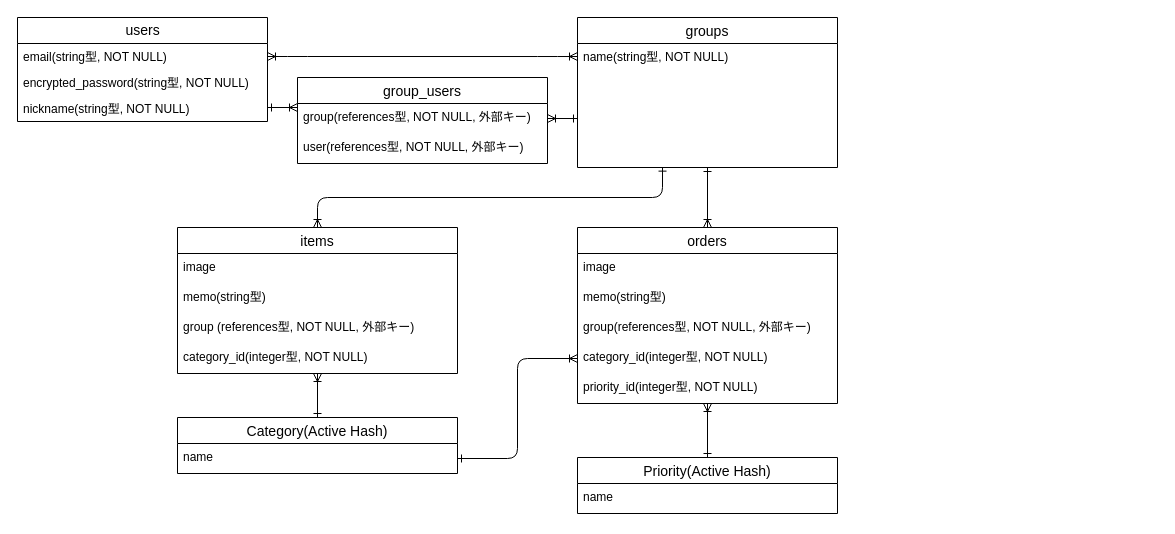
This is kauzoh.drawio from komafuji820/kauzoh, a draw.io file, before an edit. Source tidied: cells renumbered, new cells numbered last; positions are measured from the earlier drawing's top-left corner, leaving out a move shared by most shapes. Both pictures are drawn from the tidied source at 100%, with x=0, y=0 at pixel (17, 17).
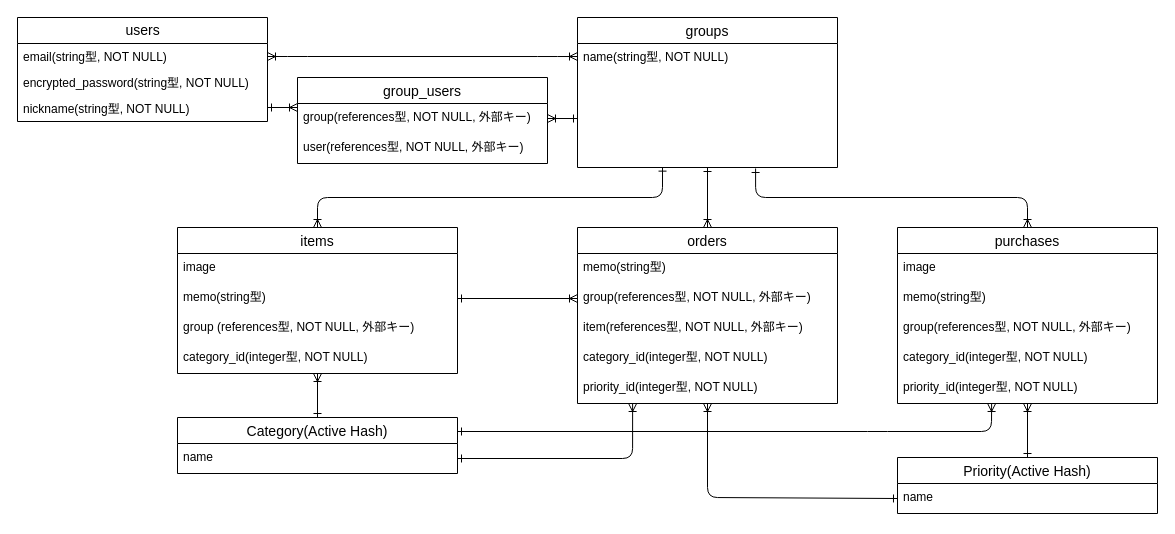
The same page after the edit.

Unchanged cells that the change refers to:
```xml
<mxCell id="10" value="name(string型, NOT NULL)" style="text;strokeColor=none;fillColor=none;spacingLeft=4;spacingRight=4;overflow=hidden;points=[[0,0.5],[1,0.5]];portConstraint=eastwest;fontSize=12;" parent="9" vertex="1">
  <mxGeometry y="26" width="260" height="124" as="geometry" />
</mxCell>
<mxCell id="13" value="orders" style="swimlane;fontStyle=0;horizontal=1;startSize=26;align=center;fontSize=14;" parent="1" vertex="1">
  <mxGeometry x="560" y="210" width="260" height="176" as="geometry" />
</mxCell>
<mxCell id="17" value="category_id(integer型, NOT NULL)" style="text;strokeColor=none;fillColor=none;spacingLeft=4;spacingRight=4;overflow=hidden;points=[[0,0.5],[1,0.5]];portConstraint=eastwest;fontSize=12;" parent="13" vertex="1">
  <mxGeometry y="116" width="260" height="30" as="geometry" />
</mxCell>
<mxCell id="18" value="priority_id(integer型, NOT NULL)&#10;" style="text;strokeColor=none;fillColor=none;spacingLeft=4;spacingRight=4;overflow=hidden;points=[[0,0.5],[1,0.5]];portConstraint=eastwest;fontSize=12;" parent="13" vertex="1">
  <mxGeometry y="146" width="260" height="30" as="geometry" />
</mxCell>
<mxCell id="24" value="memo(string型)" style="text;strokeColor=none;fillColor=none;spacingLeft=4;spacingRight=4;overflow=hidden;points=[[0,0.5],[1,0.5]];portConstraint=eastwest;fontSize=12;" parent="22" vertex="1">
  <mxGeometry y="56" width="280" height="30" as="geometry" />
</mxCell>
<mxCell id="28" value="Category(Active Hash)" style="swimlane;fontStyle=0;horizontal=1;startSize=26;align=center;fontSize=14;" parent="1" vertex="1">
  <mxGeometry x="160" y="400" width="280" height="56" as="geometry" />
</mxCell>
<mxCell id="29" value="name" style="text;strokeColor=none;fillColor=none;spacingLeft=4;spacingRight=4;overflow=hidden;points=[[0,0.5],[1,0.5]];portConstraint=eastwest;fontSize=12;" parent="28" vertex="1">
  <mxGeometry y="26" width="280" height="30" as="geometry" />
</mxCell>
```

What changed in the source:
```diff
@@
-    <mxCell id="14" value="image" style="text;strokeColor=none;fillColor=none;spacingLeft=4;spacingRight=4;overflow=hidden;fontSize=12;" parent="13" vertex="1">
-      <mxGeometry y="26" width="260" height="30" as="geometry" />
-    </mxCell>
     <mxCell id="15" value="memo(string型)" style="text;strokeColor=none;fillColor=none;spacingLeft=4;spacingRight=4;overflow=hidden;fontSize=12;" parent="13" vertex="1">
-      <mxGeometry y="56" width="260" height="30" as="geometry" />
+      <mxGeometry y="26" width="260" height="30" as="geometry" />
     </mxCell>
     <mxCell id="16" value="group(references型, NOT NULL, 外部キー)" style="text;strokeColor=none;fillColor=none;spacingLeft=4;spacingRight=4;overflow=hidden;points=[[0,0.5],[1,0.5]];portConstraint=eastwest;fontSize=12;" parent="13" vertex="1">
-      <mxGeometry y="86" width="260" height="30" as="geometry" />
+      <mxGeometry y="56" width="260" height="30" as="geometry" />
     </mxCell>
+    <mxCell id="34" value="item(references型, NOT NULL, 外部キー)" style="text;strokeColor=none;fillColor=none;spacingLeft=4;spacingRight=4;overflow=hidden;fontSize=12;" parent="13" vertex="1">
+      <mxGeometry y="86" width="260" height="30" as="geometry" />
+    </mxCell>
@@
-    <mxCell id="19" style="edgeStyle=none;html=1;fontSize=14;startArrow=ERone;startFill=0;endArrow=ERoneToMany;endFill=0;" parent="1" edge="1" source="20" target="18">
-      <mxGeometry relative="1" as="geometry" />
+    <mxCell id="19" style="edgeStyle=none;html=1;fontSize=14;startArrow=ERone;startFill=0;endArrow=ERoneToMany;endFill=0;exitX=0;exitY=0.5;exitDx=0;exitDy=0;" parent="1" edge="1" source="21" target="18">
+      <mxGeometry relative="1" as="geometry">
+        <Array as="points">
+          <mxPoint x="690" y="480" />
+        </Array>
+      </mxGeometry>
     </mxCell>
-    <mxCell id="20" value="Priority(Active Hash)" style="swimlane;fontStyle=0;horizontal=1;startSize=26;align=center;fontSize=14;" parent="1" vertex="1">
-      <mxGeometry x="560" y="440" width="260" height="56" as="geometry" />
-    </mxCell>
-    <mxCell id="21" value="name" style="text;strokeColor=none;fillColor=none;spacingLeft=4;spacingRight=4;overflow=hidden;points=[[0,0.5],[1,0.5]];portConstraint=eastwest;fontSize=12;" parent="20" vertex="1">
-      <mxGeometry y="26" width="260" height="30" as="geometry" />
-    </mxCell>
@@
+    <mxCell id="35" style="edgeStyle=none;html=1;exitX=1;exitY=0.25;exitDx=0;exitDy=0;startArrow=ERone;startFill=0;endArrow=ERoneToMany;endFill=0;entryX=0.362;entryY=1;entryDx=0;entryDy=0;entryPerimeter=0;" parent="1" edge="1" source="28" target="41">
+      <mxGeometry relative="1" as="geometry">
+        <Array as="points">
+          <mxPoint x="860" y="414" />
+          <mxPoint x="974" y="414" />
+        </Array>
+      </mxGeometry>
+    </mxCell>
@@
-    <mxCell id="33" style="edgeStyle=orthogonalEdgeStyle;html=1;exitX=1;exitY=0.5;exitDx=0;exitDy=0;entryX=0;entryY=0.5;entryDx=0;entryDy=0;fontSize=14;startArrow=ERone;startFill=0;endArrow=ERoneToMany;endFill=0;" parent="1" edge="1" source="29" target="17">
+    <mxCell id="33" style="edgeStyle=orthogonalEdgeStyle;html=1;exitX=1;exitY=0.5;exitDx=0;exitDy=0;fontSize=14;startArrow=ERone;startFill=0;endArrow=ERoneToMany;endFill=0;entryX=0.212;entryY=1;entryDx=0;entryDy=0;entryPerimeter=0;" parent="1" edge="1" source="29" target="18">
       <mxGeometry relative="1" as="geometry" />
     </mxCell>
+    <mxCell id="36" style="edgeStyle=none;html=1;exitX=1;exitY=0.5;exitDx=0;exitDy=0;entryX=0;entryY=0.5;entryDx=0;entryDy=0;endArrow=ERoneToMany;endFill=0;startArrow=ERone;startFill=0;" parent="1" edge="1" source="24" target="16">
+      <mxGeometry relative="1" as="geometry" />
+    </mxCell>
+    <mxCell id="37" value="purchases" style="swimlane;fontStyle=0;horizontal=1;startSize=26;align=center;fontSize=14;" parent="1" vertex="1">
+      <mxGeometry x="880" y="210" width="260" height="176" as="geometry" />
+    </mxCell>
+    <mxCell id="14" value="image" style="text;strokeColor=none;fillColor=none;spacingLeft=4;spacingRight=4;overflow=hidden;fontSize=12;" parent="37" vertex="1">
+      <mxGeometry y="26" width="260" height="30" as="geometry" />
+    </mxCell>
+    <mxCell id="38" value="memo(string型)" style="text;strokeColor=none;fillColor=none;spacingLeft=4;spacingRight=4;overflow=hidden;fontSize=12;" parent="37" vertex="1">
+      <mxGeometry y="56" width="260" height="30" as="geometry" />
+    </mxCell>
+    <mxCell id="39" value="group(references型, NOT NULL, 外部キー)" style="text;strokeColor=none;fillColor=none;spacingLeft=4;spacingRight=4;overflow=hidden;fontSize=12;" parent="37" vertex="1">
+      <mxGeometry y="86" width="260" height="30" as="geometry" />
+    </mxCell>
+    <mxCell id="40" value="category_id(integer型, NOT NULL)" style="text;strokeColor=none;fillColor=none;spacingLeft=4;spacingRight=4;overflow=hidden;fontSize=12;" parent="37" vertex="1">
+      <mxGeometry y="116" width="260" height="30" as="geometry" />
+    </mxCell>
+    <mxCell id="41" value="priority_id(integer型, NOT NULL)&#10;" style="text;strokeColor=none;fillColor=none;spacingLeft=4;spacingRight=4;overflow=hidden;points=[[0,0.5],[1,0.5]];portConstraint=eastwest;fontSize=12;" parent="37" vertex="1">
+      <mxGeometry y="146" width="260" height="30" as="geometry" />
+    </mxCell>
+    <mxCell id="42" style="edgeStyle=none;html=1;exitX=0.5;exitY=0;exitDx=0;exitDy=0;entryX=0.5;entryY=1;entryDx=0;entryDy=0;entryPerimeter=0;startArrow=ERone;startFill=0;endArrow=ERoneToMany;endFill=0;" parent="1" edge="1" source="20" target="41">
+      <mxGeometry relative="1" as="geometry" />
+    </mxCell>
+    <mxCell id="20" value="Priority(Active Hash)" style="swimlane;fontStyle=0;horizontal=1;startSize=26;align=center;fontSize=14;" parent="1" vertex="1">
+      <mxGeometry x="880" y="440" width="260" height="56" as="geometry" />
+    </mxCell>
+    <mxCell id="21" value="name" style="text;strokeColor=none;fillColor=none;spacingLeft=4;spacingRight=4;overflow=hidden;points=[[0,0.5],[1,0.5]];portConstraint=eastwest;fontSize=12;" parent="20" vertex="1">
+      <mxGeometry y="26" width="260" height="30" as="geometry" />
+    </mxCell>
+    <mxCell id="43" style="edgeStyle=orthogonalEdgeStyle;html=1;exitX=0.685;exitY=1.008;exitDx=0;exitDy=0;entryX=0.5;entryY=0;entryDx=0;entryDy=0;startArrow=ERone;startFill=0;endArrow=ERoneToMany;endFill=0;exitPerimeter=0;" parent="1" edge="1" source="10" target="37">
+      <mxGeometry relative="1" as="geometry">
+        <Array as="points">
+          <mxPoint x="738" y="180" />
+          <mxPoint x="1010" y="180" />
+        </Array>
+      </mxGeometry>
+    </mxCell>
```
